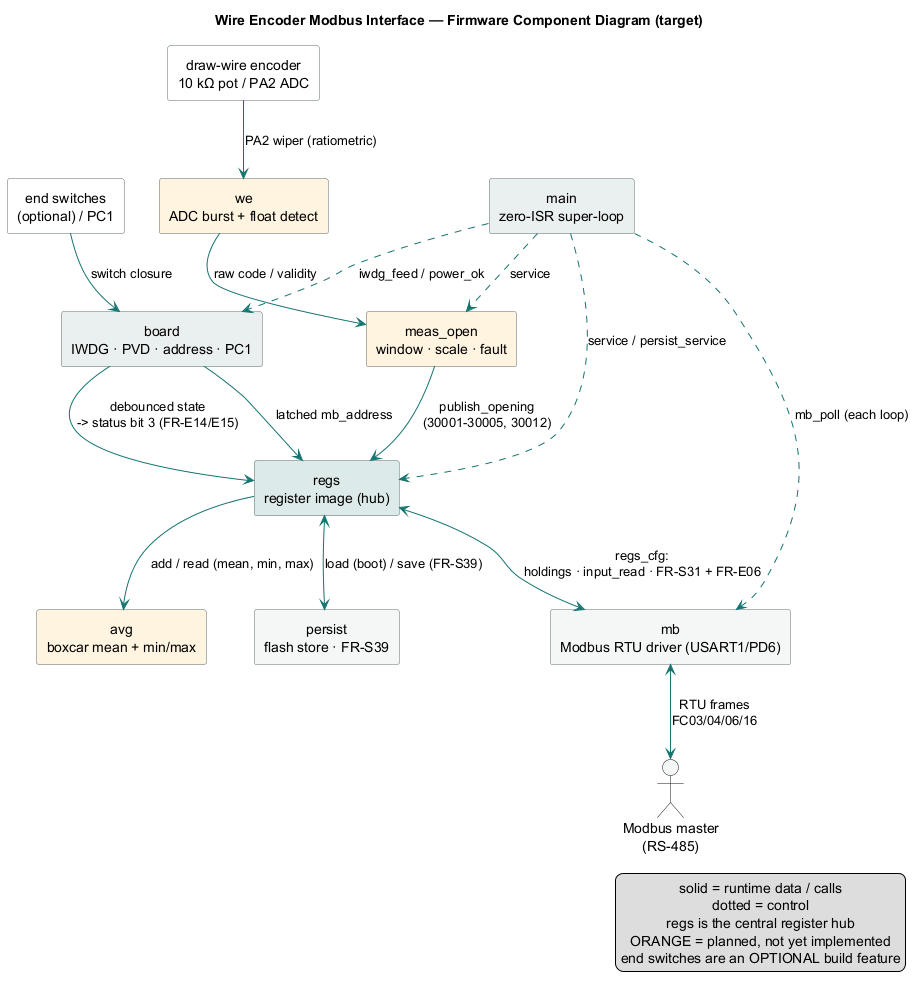
Above: design/diagrams/component.png in pe1mew/wire-encoder-modbus-interface (PlantUML), before the change.
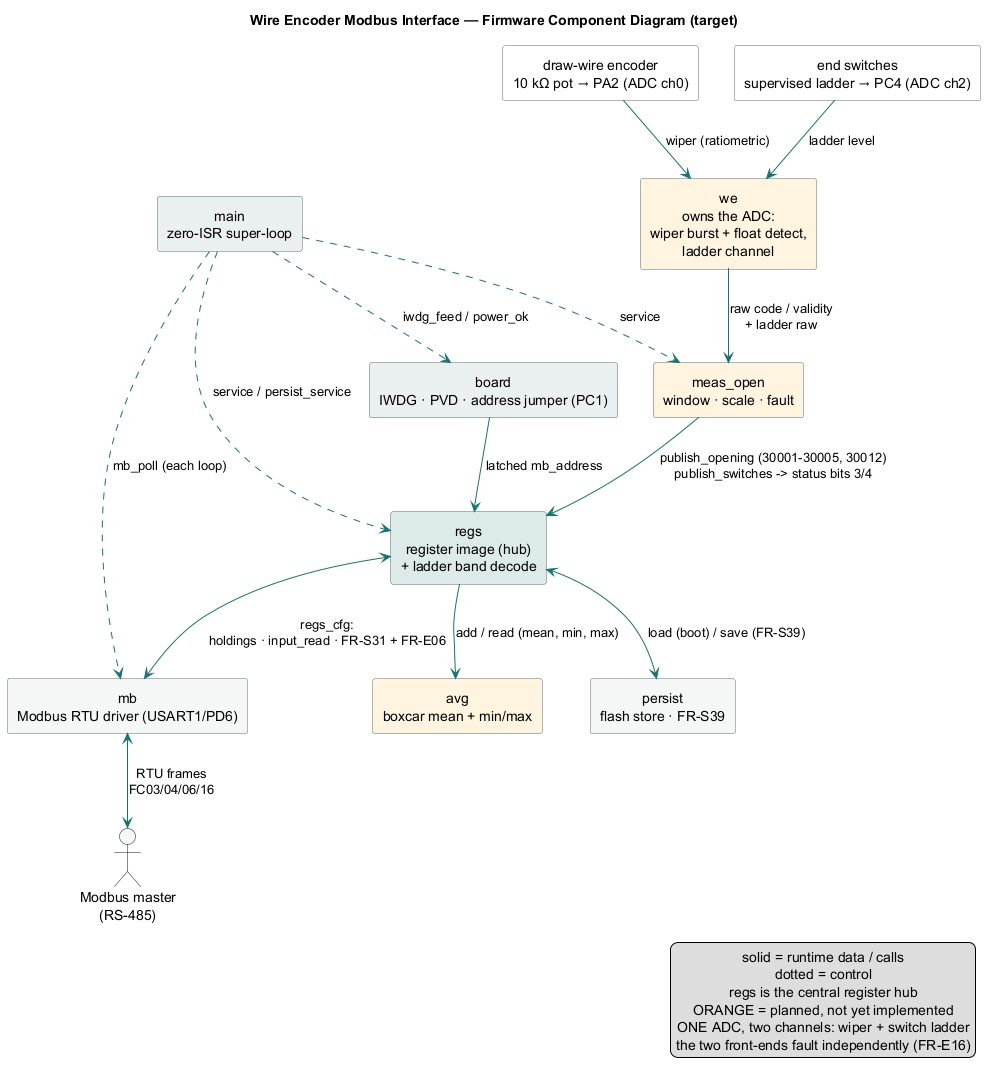
After the commit.

The edit, as a diff of the source:
```diff
@@ -11,26 +11,25 @@
 }
 
 actor "Modbus master\n(RS-485)" as master
-component "draw-wire encoder\n10 kΩ pot / PA2 ADC" as enc #FFFFFF
-component "end switches\n(optional) / PC1" as sw #FFFFFF
+component "draw-wire encoder\n10 kΩ pot → PA2 (ADC ch0)" as enc #FFFFFF
+component "end switches\nsupervised ladder → PC4 (ADC ch2)" as sw #FFFFFF
 
 component "main\nzero-ISR super-loop" as main #EAEFEF
-component "board\nIWDG · PVD · address · PC1" as board #EAEFEF
+component "board\nIWDG · PVD · address jumper (PC1)" as board #EAEFEF
 
 component "mb\nModbus RTU driver (USART1/PD6)" as mb
-component "regs\nregister image (hub)" as regs #DCEBE9
+component "regs\nregister image (hub)\n+ ladder band decode" as regs #DCEBE9
 
 component "meas_open\nwindow · scale · fault" as mo #FFF4E0
-component "we\nADC burst + float detect" as we #FFF4E0
+component "we\nowns the ADC:\nwiper burst + float detect,\nladder channel" as we #FFF4E0
 
 component "avg\nboxcar mean + min/max" as avg #FFF4E0
 component "persist\nflash store · FR-S39" as persist
 
-enc --> we   : PA2 wiper (ratiometric)
-we  --> mo   : raw code / validity
-mo  --> regs : publish_opening\n(30001-30005, 30012)
-sw  --> board : switch closure
-board --> regs : debounced state\n-> status bit 3 (FR-E14/E15)
+enc --> we   : wiper (ratiometric)
+sw  --> we   : ladder level
+we  --> mo   : raw code / validity\n+ ladder raw
+mo  --> regs : publish_opening (30001-30005, 30012)\npublish_switches -> status bits 3/4
 regs <--> mb : regs_cfg:\nholdings · input_read · FR-S31 + FR-E06
 mb  <--> master : RTU frames\nFC03/04/06/16
 
@@ -48,6 +47,7 @@
   dotted = control
   regs is the central register hub
   ORANGE = planned, not yet implemented
-  end switches are an OPTIONAL build feature
+  ONE ADC, two channels: wiper + switch ladder
+  the two front-ends fault independently (FR-E16)
 endlegend
 @enduml
```
